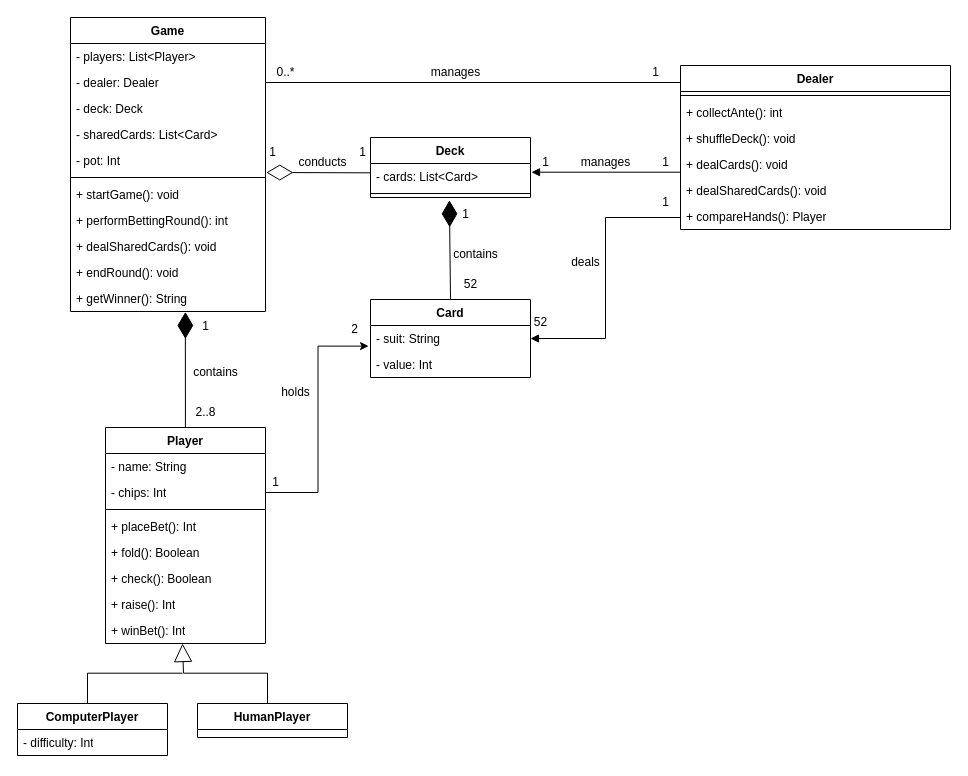
The draw.io diagram Texas.drawio in LarryChenCode/IS7020_diagrams, before the edit. Source tidied: cells renumbered, new cells numbered last; positions are measured from the earlier drawing's top-left corner, leaving out a move shared by most shapes. Both pictures are drawn from the tidied source at 100%, with x=0, y=0 at pixel (17, 17).
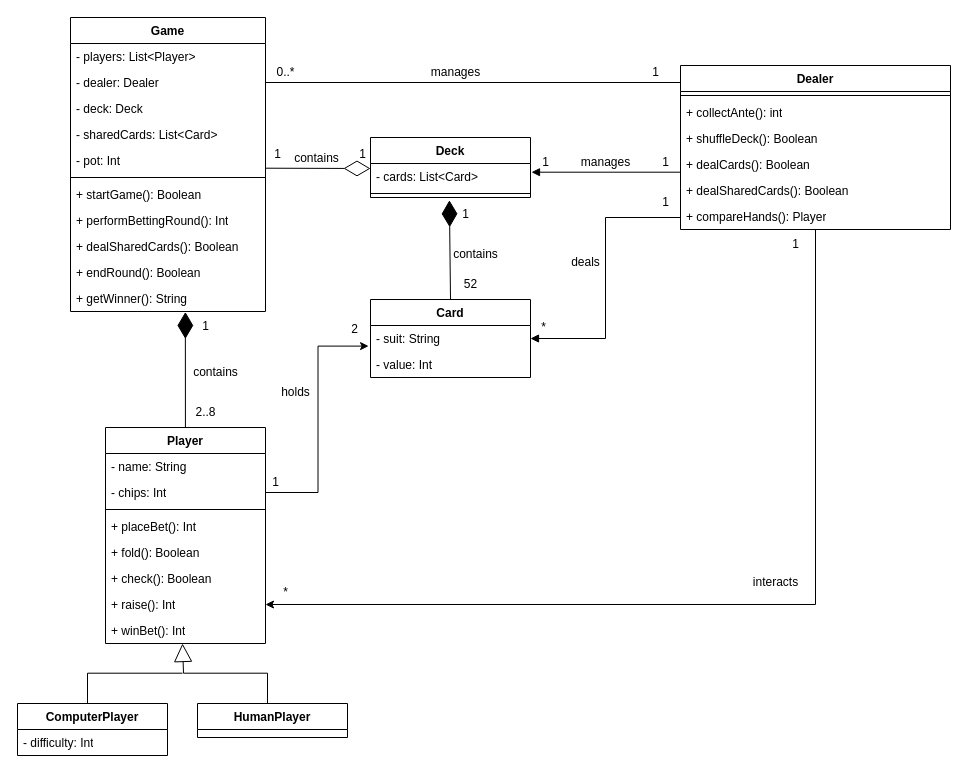
The same page after the edit.

The change refers to these unchanged cells:
```xml
<mxCell id="9" value="+ raise(): Int" style="text;strokeColor=none;fillColor=none;align=left;verticalAlign=top;spacingLeft=4;spacingRight=4;overflow=hidden;points=[[0,0.5],[1,0.5]];portConstraint=eastwest;whiteSpace=wrap;html=1;" parent="2" vertex="1">
  <mxGeometry y="164" width="160" height="26" as="geometry" />
</mxCell>
<mxCell id="12" value="- cards: List&amp;lt;Card&amp;gt;" style="text;strokeColor=none;fillColor=none;align=left;verticalAlign=top;spacingLeft=4;spacingRight=4;overflow=hidden;points=[[0,0.5],[1,0.5]];portConstraint=eastwest;whiteSpace=wrap;html=1;" parent="11" vertex="1">
  <mxGeometry y="26" width="160" height="26" as="geometry" />
</mxCell>
<mxCell id="17" value="Game" style="swimlane;fontStyle=1;align=center;verticalAlign=top;horizontal=1;startSize=26;whiteSpace=wrap;html=1;" parent="1" vertex="1">
  <mxGeometry x="53" width="195" height="294" as="geometry" />
</mxCell>
<mxCell id="22" value="- pot: Int" style="text;strokeColor=none;fillColor=none;align=left;verticalAlign=top;spacingLeft=4;spacingRight=4;overflow=hidden;points=[[0,0.5],[1,0.5]];portConstraint=eastwest;whiteSpace=wrap;html=1;" parent="17" vertex="1">
  <mxGeometry y="130" width="195" height="26" as="geometry" />
</mxCell>
<mxCell id="32" value="Dealer" style="swimlane;fontStyle=1;align=center;verticalAlign=top;horizontal=1;startSize=26;whiteSpace=wrap;html=1;" parent="1" vertex="1">
  <mxGeometry x="663" y="48" width="270" height="164" as="geometry" />
</mxCell>
```

What changed in the source:
```diff
@@
-    <mxCell id="24" value="+ startGame(): void" style="text;strokeColor=none;fillColor=none;align=left;verticalAlign=top;spacingLeft=4;spacingRight=4;overflow=hidden;whiteSpace=wrap;html=1;" parent="17" vertex="1">
+    <mxCell id="24" value="+ startGame(): Boolean" style="text;strokeColor=none;fillColor=none;align=left;verticalAlign=top;spacingLeft=4;spacingRight=4;overflow=hidden;whiteSpace=wrap;html=1;" parent="17" vertex="1">
       <mxGeometry y="164" width="195" height="26" as="geometry" />
     </mxCell>
-    <mxCell id="25" value="+ performBettingRound(): int" style="text;strokeColor=none;fillColor=none;align=left;verticalAlign=top;spacingLeft=4;spacingRight=4;overflow=hidden;whiteSpace=wrap;html=1;" parent="17" vertex="1">
+    <mxCell id="25" value="+ performBettingRound(): Int" style="text;strokeColor=none;fillColor=none;align=left;verticalAlign=top;spacingLeft=4;spacingRight=4;overflow=hidden;whiteSpace=wrap;html=1;" parent="17" vertex="1">
       <mxGeometry y="190" width="195" height="26" as="geometry" />
     </mxCell>
-    <mxCell id="26" value="+ dealSharedCards(): void" style="text;strokeColor=none;fillColor=none;align=left;verticalAlign=top;spacingLeft=4;spacingRight=4;overflow=hidden;whiteSpace=wrap;html=1;" parent="17" vertex="1">
+    <mxCell id="26" value="+ dealSharedCards(): Boolean" style="text;strokeColor=none;fillColor=none;align=left;verticalAlign=top;spacingLeft=4;spacingRight=4;overflow=hidden;whiteSpace=wrap;html=1;" parent="17" vertex="1">
       <mxGeometry y="216" width="195" height="26" as="geometry" />
     </mxCell>
-    <mxCell id="27" value="+ endRound(): void" style="text;strokeColor=none;fillColor=none;align=left;verticalAlign=top;spacingLeft=4;spacingRight=4;overflow=hidden;whiteSpace=wrap;html=1;" parent="17" vertex="1">
+    <mxCell id="27" value="+ endRound(): Boolean" style="text;strokeColor=none;fillColor=none;align=left;verticalAlign=top;spacingLeft=4;spacingRight=4;overflow=hidden;whiteSpace=wrap;html=1;" parent="17" vertex="1">
       <mxGeometry y="242" width="195" height="26" as="geometry" />
     </mxCell>
@@
+    <mxCell id="69" style="edgeStyle=orthogonalEdgeStyle;rounded=0;jettySize=auto;html=1;entryX=1;entryY=0.5;entryDx=0;entryDy=0;" parent="1" edge="1" source="32" target="9">
+      <mxGeometry relative="1" as="geometry" />
+    </mxCell>
@@
-    <mxCell id="35" value="+ shuffleDeck(): void" style="text;strokeColor=none;fillColor=none;align=left;verticalAlign=top;spacingLeft=4;spacingRight=4;overflow=hidden;whiteSpace=wrap;html=1;" parent="32" vertex="1">
+    <mxCell id="35" value="+ shuffleDeck(): Boolean" style="text;strokeColor=none;fillColor=none;align=left;verticalAlign=top;spacingLeft=4;spacingRight=4;overflow=hidden;whiteSpace=wrap;html=1;" parent="32" vertex="1">
       <mxGeometry y="60" width="270" height="26" as="geometry" />
     </mxCell>
-    <mxCell id="36" value="+ dealCards(): void" style="text;strokeColor=none;fillColor=none;align=left;verticalAlign=top;spacingLeft=4;spacingRight=4;overflow=hidden;whiteSpace=wrap;html=1;" parent="32" vertex="1">
+    <mxCell id="36" value="+ dealCards(): Boolean" style="text;strokeColor=none;fillColor=none;align=left;verticalAlign=top;spacingLeft=4;spacingRight=4;overflow=hidden;whiteSpace=wrap;html=1;" parent="32" vertex="1">
       <mxGeometry y="86" width="270" height="26" as="geometry" />
     </mxCell>
-    <mxCell id="37" value="+ dealSharedCards(): void" style="text;strokeColor=none;fillColor=none;align=left;verticalAlign=top;spacingLeft=4;spacingRight=4;overflow=hidden;points=[[0,0.5],[1,0.5]];portConstraint=eastwest;whiteSpace=wrap;html=1;" parent="32" vertex="1">
+    <mxCell id="37" value="+ dealSharedCards(): Boolean" style="text;strokeColor=none;fillColor=none;align=left;verticalAlign=top;spacingLeft=4;spacingRight=4;overflow=hidden;points=[[0,0.5],[1,0.5]];portConstraint=eastwest;whiteSpace=wrap;html=1;" parent="32" vertex="1">
       <mxGeometry y="112" width="270" height="26" as="geometry" />
     </mxCell>
@@
-    <mxCell id="52" value="52" style="text;html=1;align=center;verticalAlign=middle;strokeColor=none;fillColor=none;" parent="1" vertex="1">
-      <mxGeometry x="503" y="290" width="40" height="30" as="geometry" />
+    <mxCell id="52" value="*" style="text;html=1;align=center;verticalAlign=middle;strokeColor=none;fillColor=none;" parent="1" vertex="1">
+      <mxGeometry x="511" y="295" width="30" height="30" as="geometry" />
     </mxCell>
@@
-    <mxCell id="57" style="endArrow=diamondThin;endFill=0;endSize=24;html=1;rounded=0;exitX=0;exitY=0.359;exitDx=0;exitDy=0;exitPerimeter=0;entryX=1.004;entryY=0.962;entryDx=0;entryDy=0;entryPerimeter=0;" parent="1" edge="1" source="12" target="22">
-      <mxGeometry relative="1" as="geometry" />
-    </mxCell>
-    <mxCell id="58" value="conducts" style="text;html=1;align=center;verticalAlign=middle;strokeColor=none;fillColor=none;" parent="1" vertex="1">
-      <mxGeometry x="270" y="130" width="70" height="30" as="geometry" />
-    </mxCell>
     <mxCell id="59" value="1" style="text;html=1;align=center;verticalAlign=middle;strokeColor=none;fillColor=none;" parent="1" vertex="1">
-      <mxGeometry x="240" y="120" width="30" height="30" as="geometry" />
+      <mxGeometry x="245" y="122" width="30" height="30" as="geometry" />
     </mxCell>
     <mxCell id="60" value="1" style="text;html=1;align=center;verticalAlign=middle;strokeColor=none;fillColor=none;" parent="1" vertex="1">
-      <mxGeometry x="330" y="120" width="30" height="30" as="geometry" />
+      <mxGeometry x="330" y="122" width="30" height="30" as="geometry" />
     </mxCell>
@@
+    <mxCell id="70" value="interacts" style="text;html=1;align=center;verticalAlign=middle;strokeColor=none;fillColor=none;" parent="1" vertex="1">
+      <mxGeometry x="723" y="550" width="70" height="30" as="geometry" />
+    </mxCell>
+    <mxCell id="71" value="1" style="text;html=1;align=center;verticalAlign=middle;strokeColor=none;fillColor=none;" parent="1" vertex="1">
+      <mxGeometry x="763" y="212" width="30" height="30" as="geometry" />
+    </mxCell>
+    <mxCell id="72" value="*" style="text;html=1;align=center;verticalAlign=middle;strokeColor=none;fillColor=none;" parent="1" vertex="1">
+      <mxGeometry x="253" y="560" width="30" height="30" as="geometry" />
+    </mxCell>
+    <mxCell id="73" style="endArrow=diamondThin;endFill=0;endSize=24;html=1;rounded=0;" parent="1" edge="1">
+      <mxGeometry relative="1" as="geometry">
+        <mxPoint x="248" y="150.7" as="sourcePoint" />
+        <mxPoint x="353" y="151" as="targetPoint" />
+      </mxGeometry>
+    </mxCell>
+    <mxCell id="74" value="contains" style="text;html=1;align=center;verticalAlign=middle;strokeColor=none;fillColor=none;" parent="1" vertex="1">
+      <mxGeometry x="264" y="126" width="70" height="30" as="geometry" />
+    </mxCell>
```
